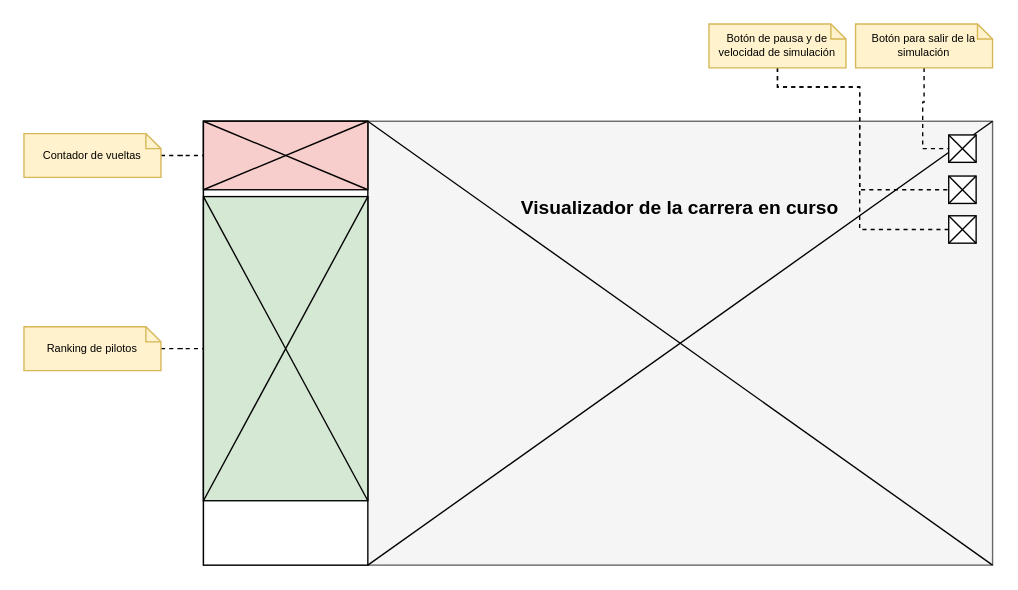
Above: page "Proto-Position" (9 of 17) of diagramas/grafo-sistema.drawio in amt911/TFG-Documento (draw.io), before the change. Source tidied: cells renumbered, new cells numbered last; positions are measured from the earlier drawing's top-left corner, leaving out a move shared by most shapes. Both pictures are drawn from the tidied source at 137%, with x=0, y=0 at pixel (23, 23).
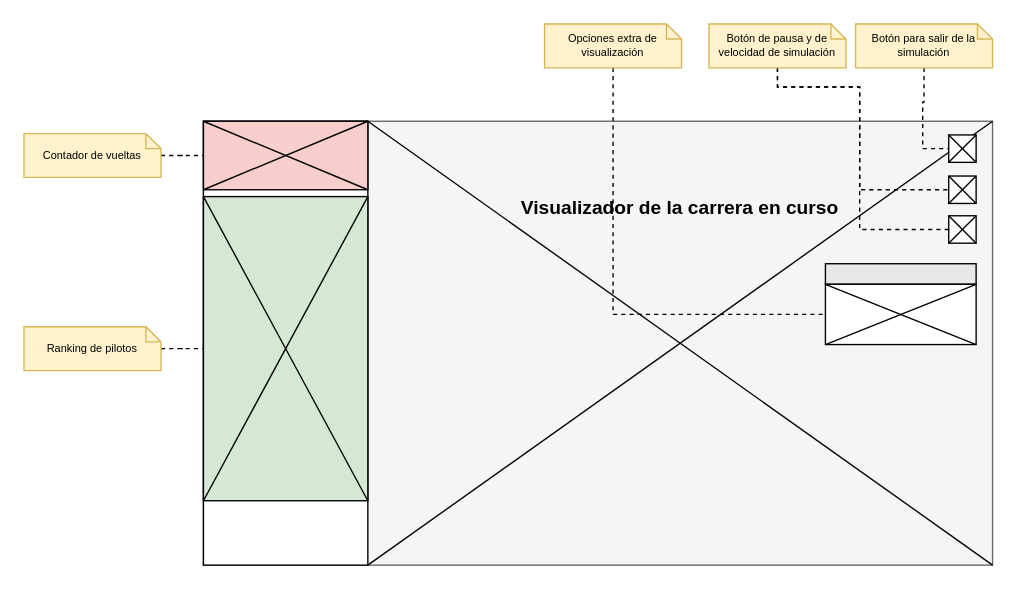
The same page after the edit.

Diff of the diagram source:
```diff
@@
+    <mxCell id="31" value="&lt;font style=&quot;font-size: 8px;&quot;&gt;&lt;br&gt;&lt;/font&gt;" style="rounded=0;whiteSpace=wrap;html=1;strokeColor=default;fillColor=#E8E8E8;align=left;spacingLeft=18;spacingRight=0;spacing=0;spacingTop=0;spacingBottom=3;fontColor=#333333;" parent="1" vertex="1">
+      <mxGeometry x="585" y="175" width="110" height="15" as="geometry" />
+    </mxCell>
+    <mxCell id="32" style="rounded=0;whiteSpace=wrap;html=1;" parent="1" vertex="1">
+      <mxGeometry x="585" y="190" width="110" height="44" as="geometry" />
+    </mxCell>
+    <mxCell id="33" style="endArrow=none;html=1;rounded=0;entryX=1;entryY=0;entryDx=0;entryDy=0;exitX=0;exitY=1;exitDx=0;exitDy=0;" parent="1" edge="1" source="32" target="32">
+      <mxGeometry relative="1" as="geometry" />
+    </mxCell>
+    <mxCell id="34" style="endArrow=none;html=1;rounded=0;entryX=1;entryY=1;entryDx=0;entryDy=0;exitX=0;exitY=0;exitDx=0;exitDy=0;" parent="1" edge="1" source="32" target="32">
+      <mxGeometry relative="1" as="geometry" />
+    </mxCell>
+    <mxCell id="35" style="edgeStyle=orthogonalEdgeStyle;rounded=0;jettySize=auto;html=1;entryX=0;entryY=0.5;entryDx=0;entryDy=0;dashed=1;endArrow=none;endFill=0;" parent="1" edge="1" source="36" target="32">
+      <mxGeometry relative="1" as="geometry">
+        <Array as="points">
+          <mxPoint x="430" y="212" />
+        </Array>
+      </mxGeometry>
+    </mxCell>
+    <mxCell id="36" value="Opciones extra de visualización" style="shape=note;size=11;whiteSpace=wrap;html=1;fillColor=#fff2cc;strokeColor=#d6b656;fontSize=8;" parent="1" vertex="1">
+      <mxGeometry x="380" width="100" height="32" as="geometry" />
+    </mxCell>
```
